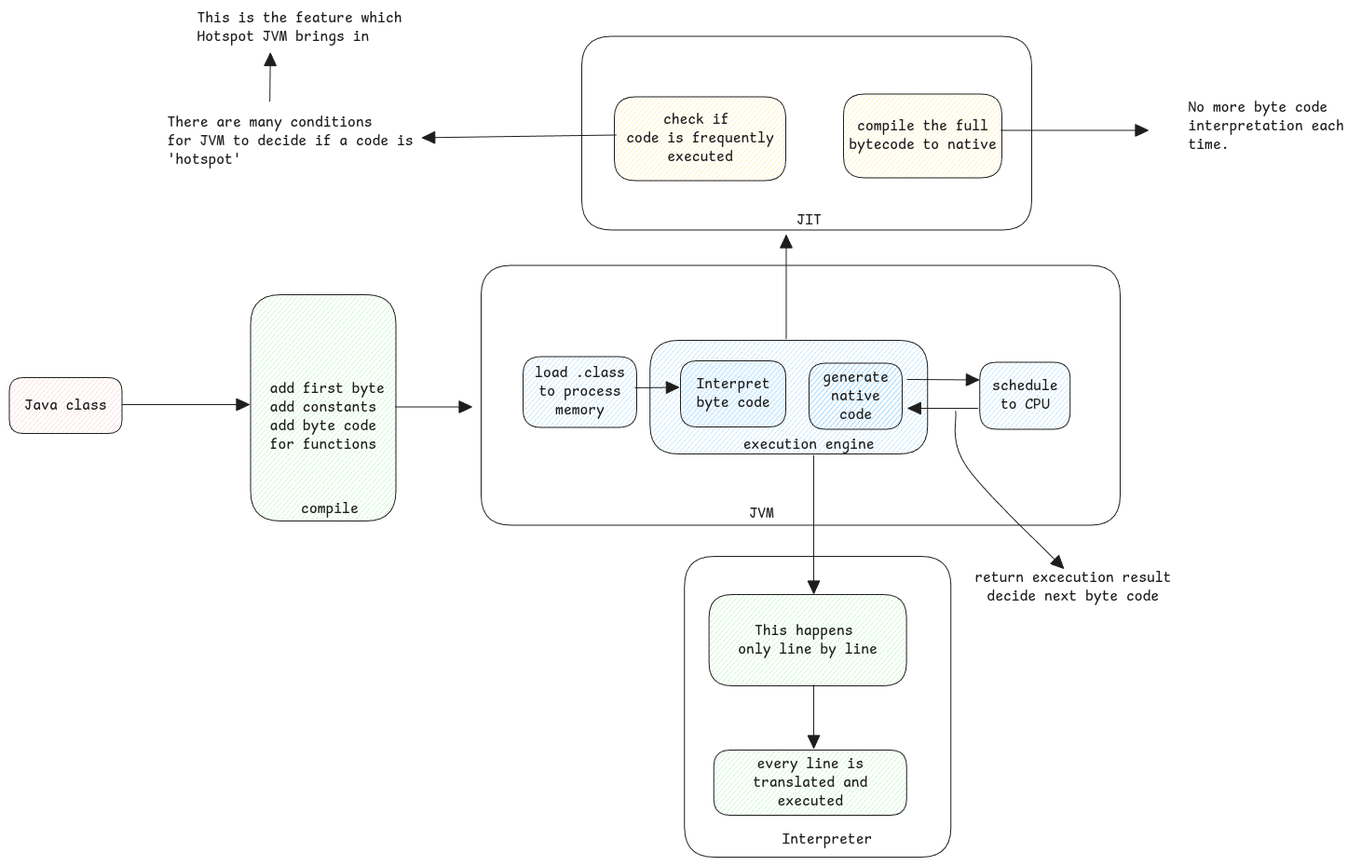
Earlier version of the Excalidraw export static/img/jvm-execution-engine.excalidraw.png (swaroopar/inprogress-engineer). Source tidied: one line per element, renumbered; positions are measured from the earlier drawing's top-left corner, leaving out a move shared by most shapes.
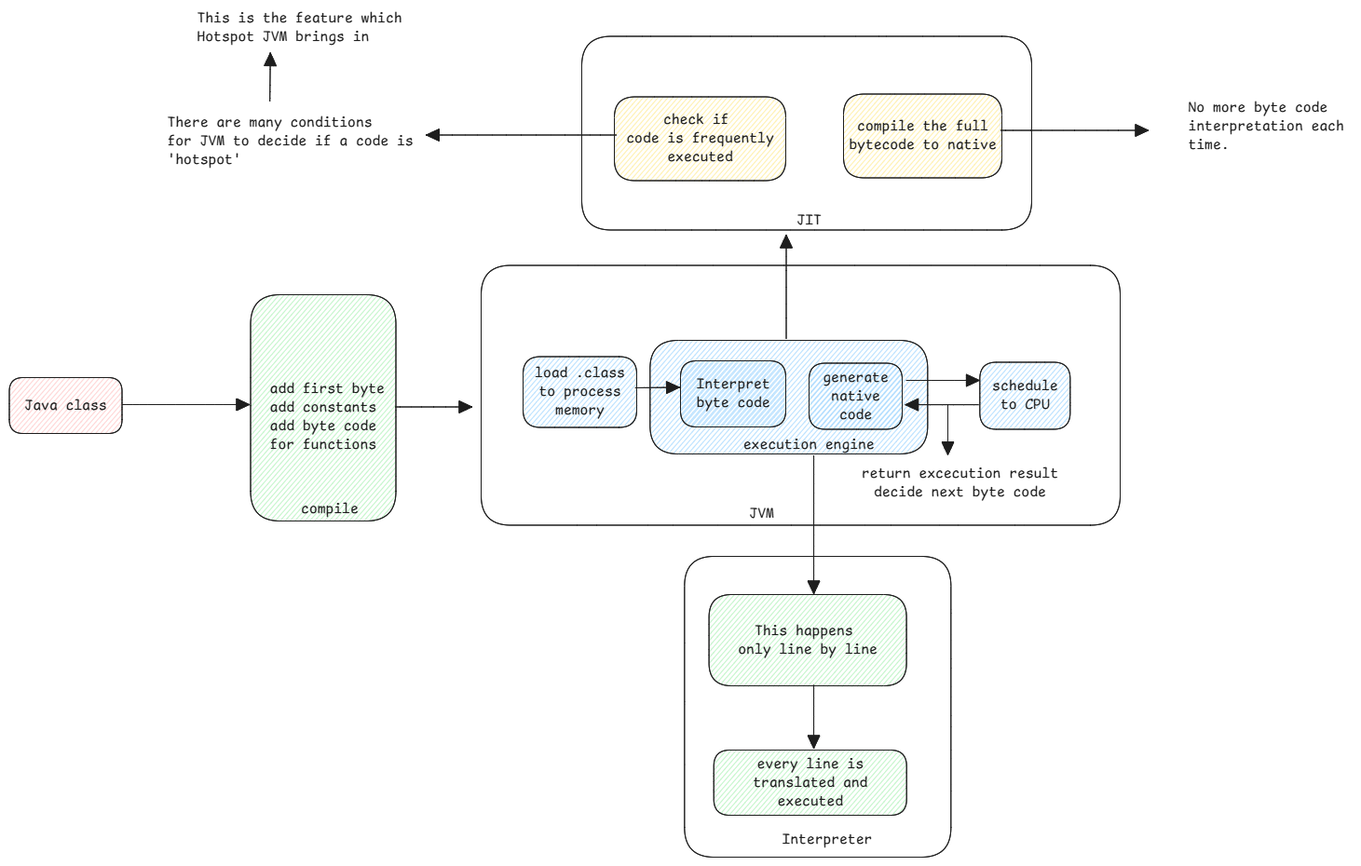
After the commit.

Diff of the diagram source:
```diff
@@ -18,14 +18,14 @@
 {"id": 17, "type": "rectangle", "strokeColor": "#1e1e1e", "backgroundColor": "#ffec99", "fillStyle": "hachure", "strokeWidth": 1, "roughness": 0, "round": true, "x": 896, "y": 91, "width": 170, "height": 90}
 {"id": 18, "type": "text", "text": "compile the full\nbytecode to native", "strokeColor": "#1e1e1e", "strokeWidth": 1, "roughness": 0, "fontSize": 16, "fontFamily": 8, "textAlign": "center", "verticalAlign": "middle", "inside": 17, "x": 901, "y": 116, "width": 158, "height": 40}
 {"id": 19, "type": "text", "text": "JIT", "strokeColor": "#1e1e1e", "strokeWidth": 1, "roughness": 0, "fontSize": 16, "fontFamily": 8, "x": 846, "y": 217, "width": 26, "height": 20}
-{"id": 20, "type": "arrow", "strokeColor": "#1e1e1e", "strokeWidth": 1, "roughness": 0, "endArrowhead": "triangle", "round": true, "to": 21, "x": 652, "y": 135, "width": 208, "height": 3, "points": [[0, 0], [-208, 3]]}
+{"id": 20, "type": "arrow", "strokeColor": "#1e1e1e", "strokeWidth": 1, "roughness": 0, "endArrowhead": "triangle", "round": true, "from": 15, "x": 652, "y": 135, "width": 204, "height": 0, "points": [[0, 0], [-204, 0]]}
 {"id": 21, "type": "text", "text": "There are many conditions \nfor JVM to decide if a code is\n'hotspot'", "strokeColor": "#1e1e1e", "strokeWidth": 1, "roughness": 0, "fontSize": 16, "fontFamily": 8, "x": 170, "y": 112, "width": 264, "height": 60}
 {"id": 22, "type": "arrow", "strokeColor": "#1e1e1e", "strokeWidth": 1, "roughness": 0, "endArrowhead": "triangle", "round": true, "from": 21, "to": 23, "x": 280, "y": 99, "width": 1, "height": 52, "points": [[0, 0], [1, -52]]}
 {"id": 23, "type": "text", "text": "This is the feature which \nHotspot JVM brings in", "strokeColor": "#1e1e1e", "strokeWidth": 1, "roughness": 0, "fontSize": 16, "fontFamily": 8, "x": 202, "y": 0, "width": 229, "height": 40}
 {"id": 24, "type": "arrow", "strokeColor": "#1e1e1e", "strokeWidth": 1, "roughness": 0, "endArrowhead": "triangle", "round": true, "x": 1064, "y": 130, "width": 158, "height": 0, "points": [[0, 0], [158, 0]]}
 {"id": 25, "type": "text", "text": "No more byte code \ninterpretation each \ntime.", "strokeColor": "#1e1e1e", "strokeWidth": 1, "roughness": 0, "fontSize": 16, "fontFamily": 8, "x": 1266, "y": 96, "width": 176, "height": 60}
 {"id": 26, "type": "arrow", "strokeColor": "#1e1e1e", "backgroundColor": "#a5d8ff", "fillStyle": "hachure", "strokeWidth": 1, "roughness": 0, "endArrowhead": "triangle", "round": true, "to": 43, "x": 672, "y": 406, "width": 47, "height": 1, "points": [[0, 0], [47, -1]]}
-{"id": 27, "type": "arrow", "strokeColor": "#1e1e1e", "backgroundColor": "#a5d8ff", "fillStyle": "hachure", "strokeWidth": 1, "roughness": 0, "endArrowhead": "triangle", "round": true, "from": 41, "to": 11, "x": 964, "y": 397, "width": 77, "height": 1, "points": [[0, 0], [77, 1]]}
+{"id": 27, "type": "arrow", "strokeColor": "#1e1e1e", "backgroundColor": "#a5d8ff", "fillStyle": "hachure", "strokeWidth": 1, "roughness": 0, "endArrowhead": "triangle", "round": true, "from": 41, "to": 11, "x": 963, "y": 398, "width": 78, "height": 0, "points": [[0, 0], [78, 0]]}
 {"id": 28, "type": "arrow", "strokeColor": "#1e1e1e", "strokeWidth": 1, "roughness": 0, "endArrowhead": "triangle", "round": true, "from": 34, "to": 29, "x": 864, "y": 479, "width": 0, "height": 148, "points": [[0, 0], [0, 148]]}
 {"id": 29, "type": "rectangle", "strokeColor": "#1e1e1e", "backgroundColor": "#b2f2bb", "fillStyle": "hachure", "strokeWidth": 1, "roughness": 0, "round": true, "x": 751, "y": 628, "width": 212, "height": 98}
 {"id": 30, "type": "text", "text": "This happens \nonly line by line", "strokeColor": "#1e1e1e", "strokeWidth": 1, "roughness": 0, "fontSize": 16, "fontFamily": 8, "textAlign": "center", "verticalAlign": "middle", "inside": 29, "x": 782, "y": 658, "width": 150, "height": 40}
@@ -36,9 +36,9 @@
 {"id": 35, "type": "rectangle", "strokeColor": "#1e1e1e", "strokeWidth": 1, "roughness": 0, "round": true, "x": 725, "y": 588, "width": 286, "height": 323}
 {"id": 36, "type": "text", "text": "Interpreter", "strokeColor": "#1e1e1e", "strokeWidth": 1, "roughness": 0, "fontSize": 16, "fontFamily": 8, "textAlign": "center", "x": 829, "y": 882, "width": 97, "height": 20}
 {"id": 37, "type": "text", "text": "compile", "strokeColor": "#1e1e1e", "strokeWidth": 1, "roughness": 0, "fontSize": 16, "fontFamily": 8, "textAlign": "center", "x": 313, "y": 526, "width": 62, "height": 20}
-{"id": 38, "type": "arrow", "strokeColor": "#1e1e1e", "backgroundColor": "#a5d8ff", "fillStyle": "hachure", "strokeWidth": 1, "roughness": 0, "endArrowhead": "triangle", "round": true, "from": 11, "to": 41, "x": 1040, "y": 428, "width": 75, "height": 0, "points": [[0, 0], [-75, 0]]}
+{"id": 38, "type": "arrow", "strokeColor": "#1e1e1e", "backgroundColor": "#a5d8ff", "fillStyle": "hachure", "strokeWidth": 1, "roughness": 0, "endArrowhead": "triangle", "round": true, "from": 11, "x": 1041, "y": 425, "width": 78, "height": 0, "points": [[0, 0], [-78, 0]]}
-{"id": 39, "type": "text", "text": "return excecution result\ndecide next byte code", "strokeColor": "#1e1e1e", "strokeWidth": 1, "roughness": 0, "fontSize": 16, "fontFamily": 8, "textAlign": "center", "x": 1036, "y": 600, "width": 211, "height": 40}
+{"id": 39, "type": "text", "text": "return excecution result\ndecide next byte code", "strokeColor": "#1e1e1e", "strokeWidth": 1, "roughness": 0, "fontSize": 16, "fontFamily": 8, "textAlign": "center", "x": 915, "y": 489, "width": 211, "height": 40}
-{"id": 40, "type": "arrow", "strokeColor": "#1e1e1e", "strokeWidth": 1, "roughness": 0, "endArrowhead": "triangle", "round": true, "from": 0, "to": 39, "x": 1016, "y": 432, "width": 116, "height": 169, "points": [[0, 0], [12, 60], [116, 169]]}
+{"id": 40, "type": "arrow", "strokeColor": "#1e1e1e", "strokeWidth": 1, "roughness": 0, "endArrowhead": "triangle", "to": 39, "x": 1008, "y": 424, "width": 0, "height": 54, "points": [[0, 0], [0, 54]]}
 {"id": 41, "type": "rectangle", "strokeColor": "#1e1e1e", "backgroundColor": "#a5d8ff", "fillStyle": "hachure", "strokeWidth": 1, "roughness": 0, "round": true, "x": 858, "y": 380, "width": 100, "height": 71}
 {"id": 42, "type": "text", "text": "generate\nnative\ncode", "strokeColor": "#1e1e1e", "strokeWidth": 1, "roughness": 0, "fontSize": 16, "fontFamily": 8, "textAlign": "center", "verticalAlign": "middle", "inside": 41, "x": 873, "y": 386, "width": 70, "height": 60}
 {"id": 43, "type": "rectangle", "strokeColor": "#1e1e1e", "backgroundColor": "#a5d8ff", "fillStyle": "hachure", "strokeWidth": 1, "roughness": 0, "round": true, "x": 720, "y": 378, "width": 113, "height": 71}
```
